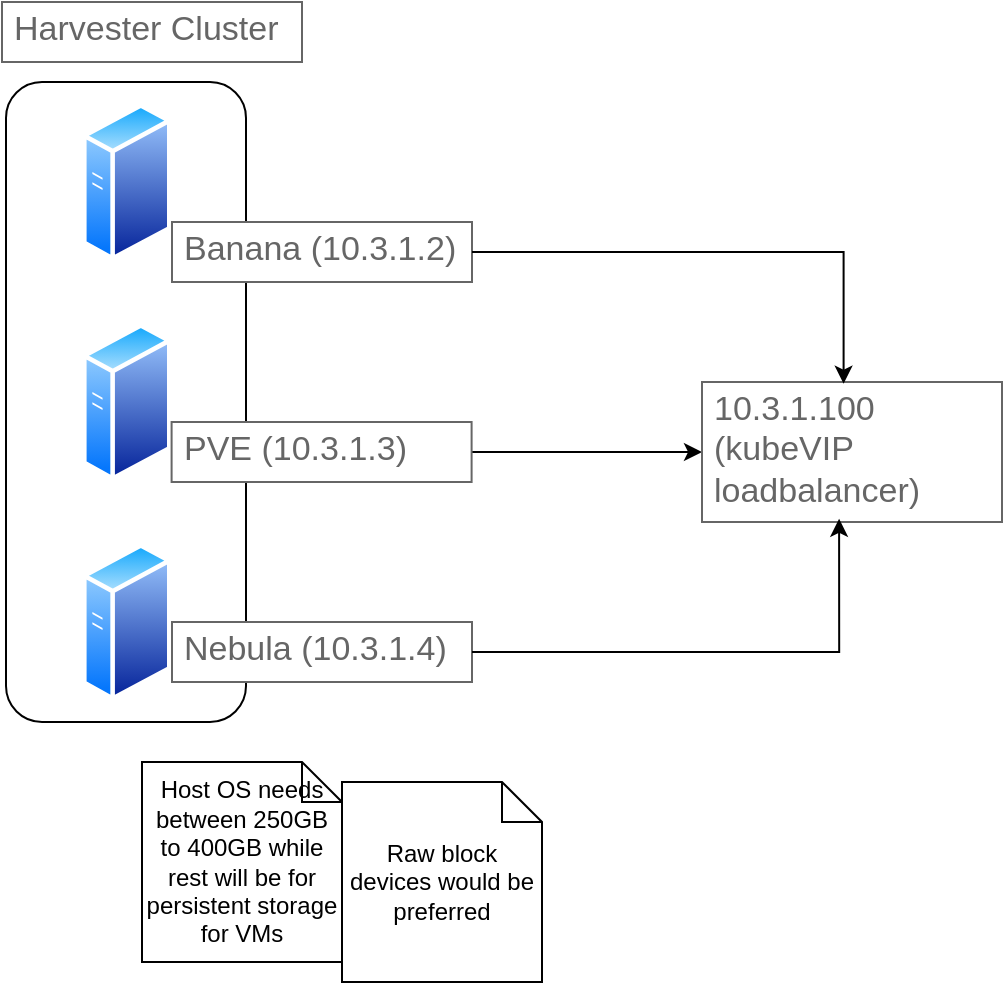
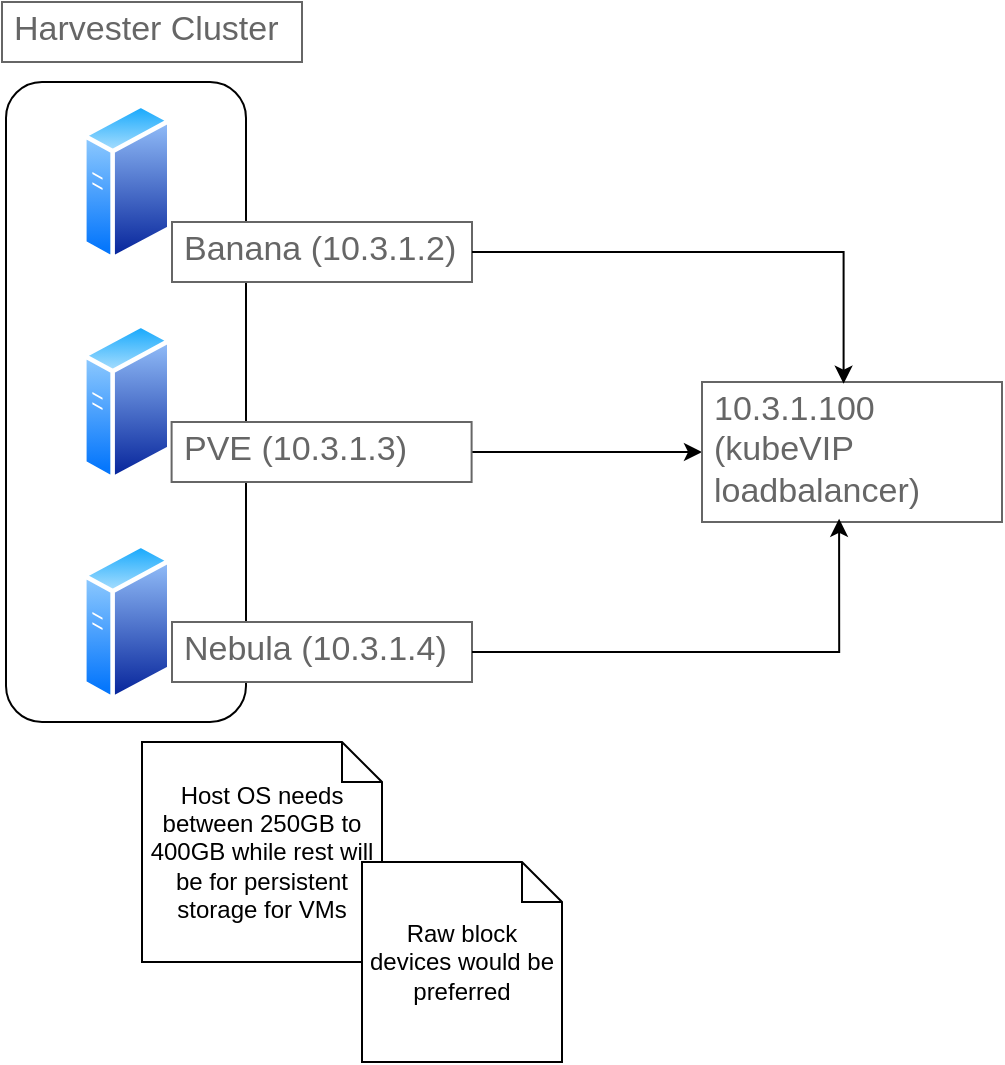
<mxfile host="Electron">
  <diagram name="Page-1" id="Kn0JVwPC0gS_tc5ynARX">
-     <mxGraphModel dx="1370" dy="829" grid="1" gridSize="10" guides="1" tooltips="1" connect="1" arrows="1" fold="1" page="1" pageScale="1" pageWidth="850" pageHeight="1100" math="0" shadow="0">
+     <mxGraphModel dx="664" dy="829" grid="1" gridSize="10" guides="1" tooltips="1" connect="1" arrows="1" fold="1" page="1" pageScale="1" pageWidth="850" pageHeight="1100" math="0" shadow="0">
      <root>
        <mxCell id="0" />
        <mxCell id="1" parent="0" />
        <mxCell id="My-YMjVvDLraQC3a7s5A-1" parent="1" style="image;aspect=fixed;perimeter=ellipsePerimeter;html=1;align=center;shadow=0;dashed=0;spacingTop=3;image=img/lib/active_directory/generic_server.svg;" value="" vertex="1">
          <mxGeometry height="80" width="44.8" x="90" y="140" as="geometry" />
        </mxCell>
        <mxCell id="My-YMjVvDLraQC3a7s5A-3" parent="1" style="image;aspect=fixed;perimeter=ellipsePerimeter;html=1;align=center;shadow=0;dashed=0;spacingTop=3;image=img/lib/active_directory/generic_server.svg;" value="" vertex="1">
          <mxGeometry height="80" width="44.8" x="90" y="250" as="geometry" />
        </mxCell>
        <mxCell id="My-YMjVvDLraQC3a7s5A-4" parent="1" style="image;aspect=fixed;perimeter=ellipsePerimeter;html=1;align=center;shadow=0;dashed=0;spacingTop=3;image=img/lib/active_directory/generic_server.svg;" value="" vertex="1">
          <mxGeometry height="80" width="44.8" x="90" y="360" as="geometry" />
        </mxCell>
        <mxCell id="My-YMjVvDLraQC3a7s5A-5" parent="1" style="rounded=1;whiteSpace=wrap;html=1;fillColor=none;" value="" vertex="1">
          <mxGeometry height="320" width="120" x="52" y="130" as="geometry" />
        </mxCell>
        <mxCell id="My-YMjVvDLraQC3a7s5A-6" parent="1" style="strokeWidth=1;shadow=0;dashed=0;align=center;html=1;shape=mxgraph.mockup.text.textBox;fontColor=#666666;align=left;fontSize=17;spacingLeft=4;spacingTop=-3;whiteSpace=wrap;strokeColor=#666666;mainText=" value="Harvester Cluster" vertex="1">
          <mxGeometry height="30" width="150" x="50" y="90" as="geometry" />
        </mxCell>
        <mxCell id="My-YMjVvDLraQC3a7s5A-7" parent="1" style="strokeWidth=1;shadow=0;dashed=0;align=center;html=1;shape=mxgraph.mockup.text.textBox;fontColor=#666666;align=left;fontSize=17;spacingLeft=4;spacingTop=-3;whiteSpace=wrap;strokeColor=#666666;mainText=" value="Banana (10.3.1.2)" vertex="1">
          <mxGeometry height="30" width="150" x="135" y="200" as="geometry" />
        </mxCell>
        <mxCell id="My-YMjVvDLraQC3a7s5A-11" edge="1" parent="1" source="My-YMjVvDLraQC3a7s5A-8" style="edgeStyle=orthogonalEdgeStyle;rounded=0;orthogonalLoop=1;jettySize=auto;html=1;" target="My-YMjVvDLraQC3a7s5A-10">
          <mxGeometry relative="1" as="geometry" />
        </mxCell>
        <mxCell id="My-YMjVvDLraQC3a7s5A-8" parent="1" style="strokeWidth=1;shadow=0;dashed=0;align=center;html=1;shape=mxgraph.mockup.text.textBox;fontColor=#666666;align=left;fontSize=17;spacingLeft=4;spacingTop=-3;whiteSpace=wrap;strokeColor=#666666;mainText=" value="PVE (10.3.1.3)" vertex="1">
          <mxGeometry height="30" width="150" x="134.8" y="300" as="geometry" />
        </mxCell>
        <mxCell id="My-YMjVvDLraQC3a7s5A-9" parent="1" style="strokeWidth=1;shadow=0;dashed=0;align=center;html=1;shape=mxgraph.mockup.text.textBox;fontColor=#666666;align=left;fontSize=17;spacingLeft=4;spacingTop=-3;whiteSpace=wrap;strokeColor=#666666;mainText=" value="Nebula (10.3.1.4)" vertex="1">
          <mxGeometry height="30" width="150" x="135" y="400" as="geometry" />
        </mxCell>
        <mxCell id="My-YMjVvDLraQC3a7s5A-10" parent="1" style="strokeWidth=1;shadow=0;dashed=0;align=center;html=1;shape=mxgraph.mockup.text.textBox;fontColor=#666666;align=left;fontSize=17;spacingLeft=4;spacingTop=-3;whiteSpace=wrap;strokeColor=#666666;mainText=" value="10.3.1.100 (kubeVIP loadbalancer)" vertex="1">
          <mxGeometry height="70" width="150" x="400" y="280" as="geometry" />
        </mxCell>
        <mxCell id="My-YMjVvDLraQC3a7s5A-12" edge="1" parent="1" source="My-YMjVvDLraQC3a7s5A-7" style="edgeStyle=orthogonalEdgeStyle;rounded=0;orthogonalLoop=1;jettySize=auto;html=1;entryX=0.472;entryY=0.012;entryDx=0;entryDy=0;entryPerimeter=0;" target="My-YMjVvDLraQC3a7s5A-10">
          <mxGeometry relative="1" as="geometry" />
        </mxCell>
        <mxCell id="My-YMjVvDLraQC3a7s5A-13" edge="1" parent="1" source="My-YMjVvDLraQC3a7s5A-9" style="edgeStyle=orthogonalEdgeStyle;rounded=0;orthogonalLoop=1;jettySize=auto;html=1;entryX=0.457;entryY=0.977;entryDx=0;entryDy=0;entryPerimeter=0;" target="My-YMjVvDLraQC3a7s5A-10">
          <mxGeometry relative="1" as="geometry" />
        </mxCell>
        <mxCell id="My-YMjVvDLraQC3a7s5A-20" parent="1" style="shape=note;size=20;whiteSpace=wrap;html=1;" value="Host OS needs between 250GB to 400GB while rest will be for persistent storage for VMs" vertex="1">
-           <mxGeometry height="100" width="100" x="120" y="470" as="geometry" />
+           <mxGeometry height="110" width="120" x="120" y="460" as="geometry" />
        </mxCell>
        <mxCell id="My-YMjVvDLraQC3a7s5A-21" parent="1" style="shape=note;size=20;whiteSpace=wrap;html=1;" value="Raw block devices would be preferred" vertex="1">
-           <mxGeometry height="100" width="100" x="220" y="480" as="geometry" />
+           <mxGeometry height="100" width="100" x="230" y="520" as="geometry" />
        </mxCell>
      </root>
    </mxGraphModel>
  </diagram>
</mxfile>
